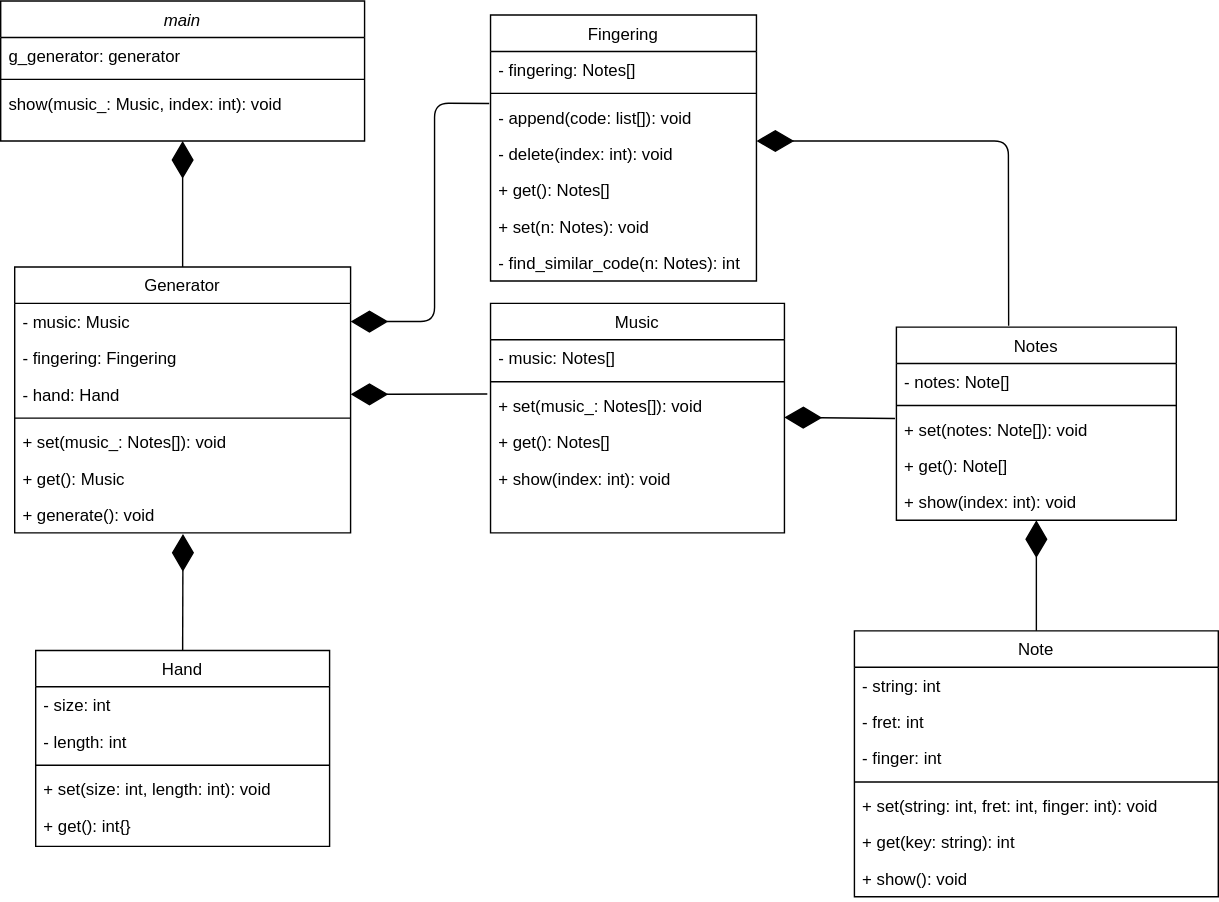
Earlier version of the draw.io export docs/diagram/guitar_fingering_generator.svg (boy-min/Guitar-Fingering-Generator). Source tidied: cells renumbered, new cells last; positions are measured from the earlier drawing's top-left corner, leaving out a move shared by most shapes.
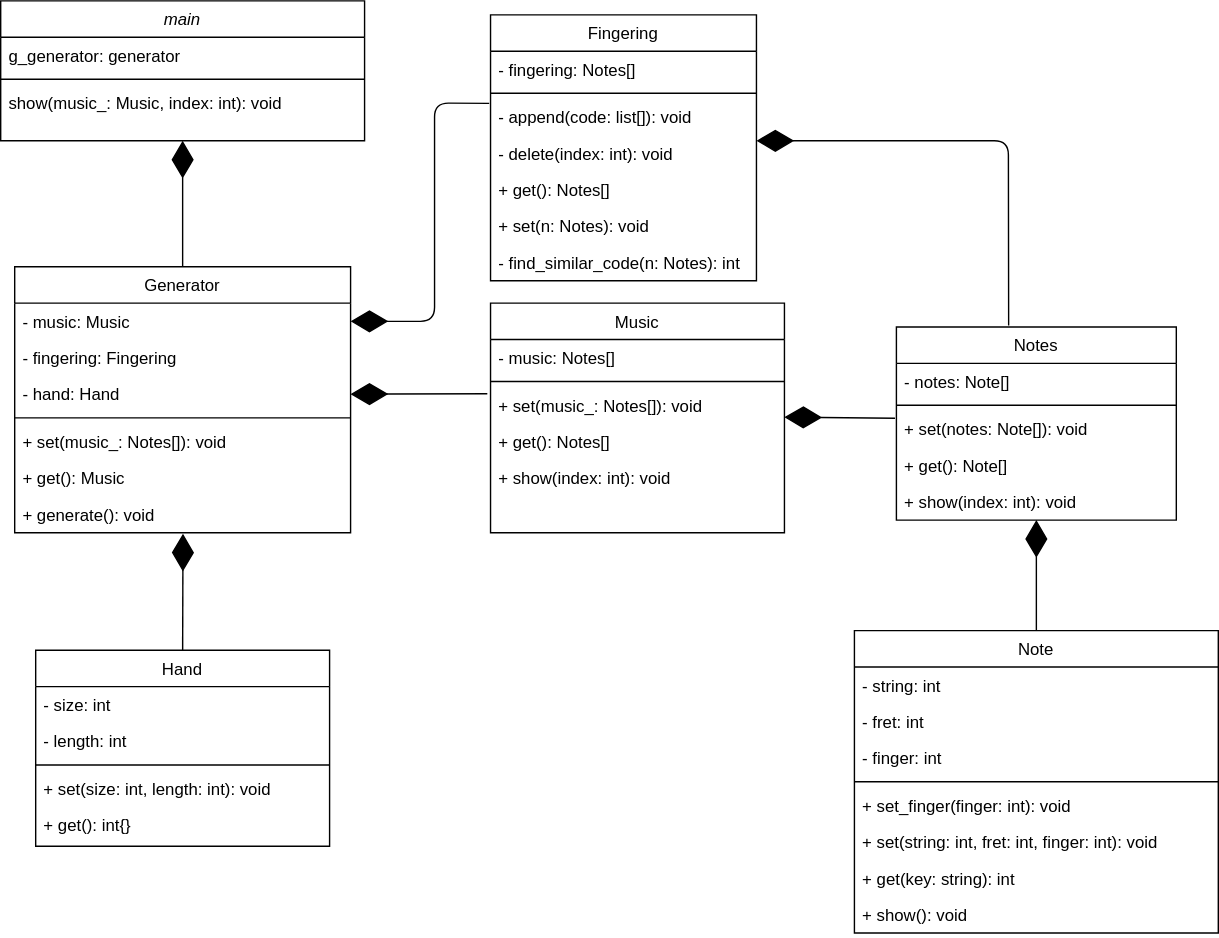
The same diagram one commit later.

Commit message:
Fix class diagram.

The edit, as a diff of the source:
```diff
@@ -51,7 +51,7 @@
       <mxGeometry y="112" width="210" height="26" as="geometry" />
     </mxCell>
     <mxCell id="18" value="Note" style="swimlane;fontStyle=0;align=center;verticalAlign=top;horizontal=1;startSize=26;rounded=0;shadow=0;strokeWidth=1;" parent="1" vertex="1">
-      <mxGeometry x="610" y="450" width="260" height="190" as="geometry" />
+      <mxGeometry x="610" y="450" width="260" height="216" as="geometry" />
     </mxCell>
     <mxCell id="19" value="- string: int" style="text;align=left;verticalAlign=top;spacingLeft=4;spacingRight=4;overflow=hidden;" parent="18" vertex="1">
       <mxGeometry y="26" width="260" height="26" as="geometry" />
@@ -65,14 +65,17 @@
     <mxCell id="22" style="line;html=1;strokeWidth=1;align=left;verticalAlign=middle;spacingTop=-1;spacingLeft=3;spacingRight=3;labelPosition=right;" parent="18" vertex="1">
       <mxGeometry y="104" width="260" height="8" as="geometry" />
     </mxCell>
+    <mxCell id="55" value="+ set_finger(finger: int): void" style="text;align=left;verticalAlign=top;spacingLeft=4;spacingRight=4;overflow=hidden;" parent="18" vertex="1">
+      <mxGeometry y="112" width="260" height="26" as="geometry" />
+    </mxCell>
     <mxCell id="23" value="+ set(string: int, fret: int, finger: int): void" style="text;align=left;verticalAlign=top;spacingLeft=4;spacingRight=4;overflow=hidden;" parent="18" vertex="1">
-      <mxGeometry y="112" width="260" height="26" as="geometry" />
+      <mxGeometry y="138" width="260" height="26" as="geometry" />
     </mxCell>
     <mxCell id="24" value="+ get(key: string): int" style="text;align=left;verticalAlign=top;spacingLeft=4;spacingRight=4;overflow=hidden;" parent="18" vertex="1">
-      <mxGeometry y="138" width="260" height="26" as="geometry" />
+      <mxGeometry y="164" width="260" height="26" as="geometry" />
     </mxCell>
     <mxCell id="25" value="+ show(): void" style="text;align=left;verticalAlign=top;spacingLeft=4;spacingRight=4;overflow=hidden;" parent="18" vertex="1">
-      <mxGeometry y="164" width="260" height="26" as="geometry" />
+      <mxGeometry y="190" width="260" height="26" as="geometry" />
     </mxCell>
     <mxCell id="26" value="Hand" style="swimlane;fontStyle=0;align=center;verticalAlign=top;horizontal=1;startSize=26;rounded=0;shadow=0;strokeWidth=1;" parent="1" vertex="1">
       <mxGeometry x="25" y="464" width="210" height="140" as="geometry" />
```
